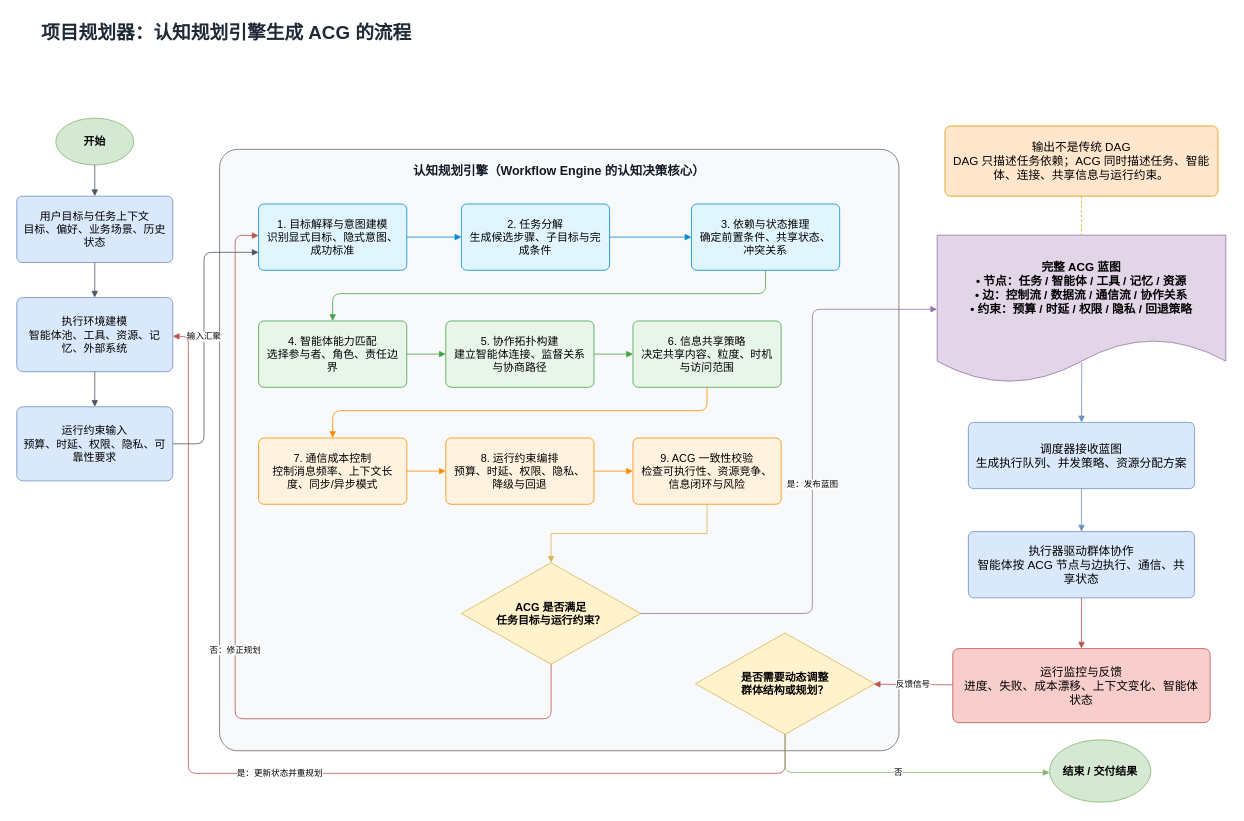
This is docs/02-架构设计/架构图/认知规划引擎_项目规划器流程图.drawio from zongxi-Li/zhiyi-AgentOS-2026, a draw.io file, before an edit. Source tidied: cells renumbered, new cells numbered last; positions are measured from the earlier drawing's top-left corner, leaving out a move shared by most shapes. Both pictures are drawn from the tidied source at 78%, with x=0, y=0 at pixel (16, 13).
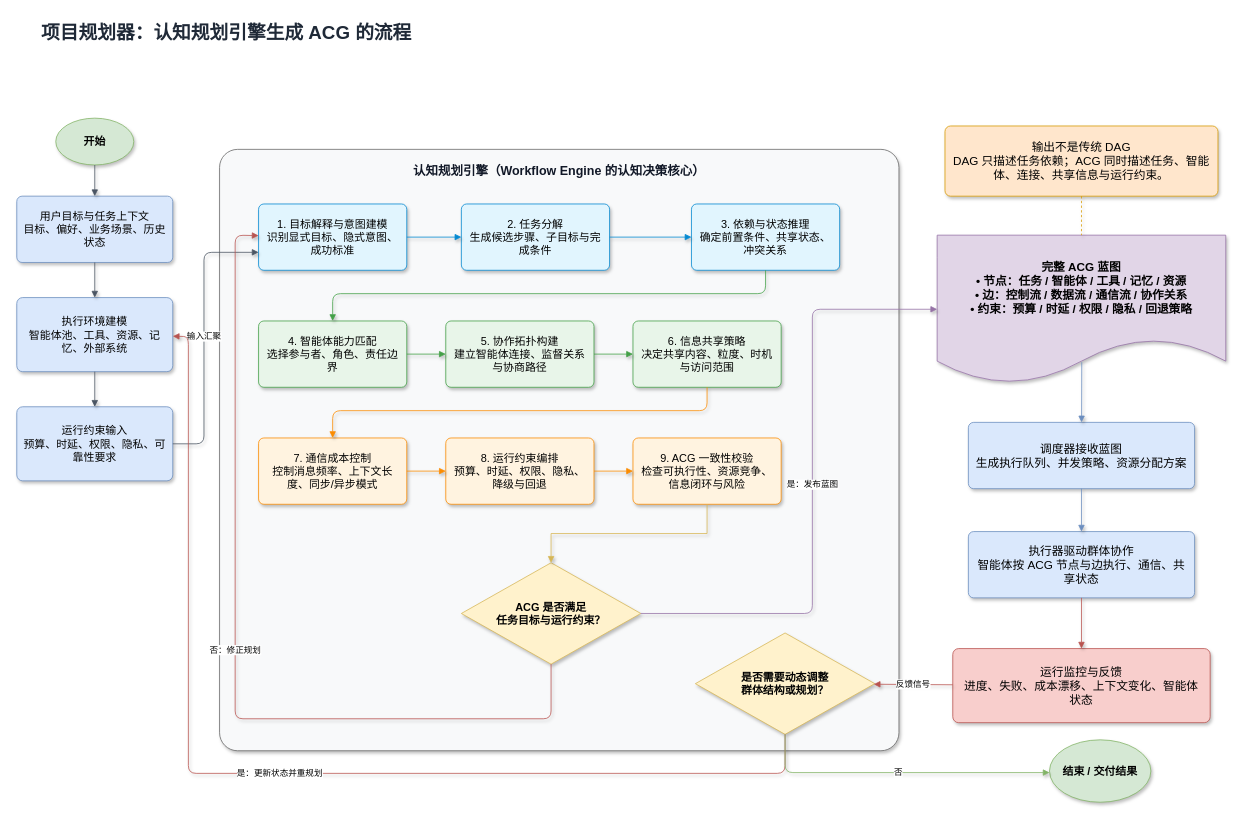
The same diagram, later.

Diff of the diagram source:
```diff
@@
-    <mxCell id="3" value="开始" style="ellipse;whiteSpace=wrap;html=1;fillColor=#d5e8d4;strokeColor=#82b366;fontSize=14;fontStyle=1;" parent="1" vertex="1">
+    <mxCell id="3" value="开始" style="ellipse;whiteSpace=wrap;html=1;fillColor=#d5e8d4;strokeColor=#82b366;fontSize=14;fontStyle=1;shadow=1;" parent="1" vertex="1">
       <mxGeometry x="50" y="134" width="100" height="60" as="geometry" />
     </mxCell>
-    <mxCell id="4" value="用户目标与任务上下文&lt;br&gt;&lt;font&gt;目标、偏好、业务场景、历史状态&lt;/font&gt;" style="rounded=1;whiteSpace=wrap;html=1;arcSize=8;fillColor=#dae8fc;strokeColor=#6c8ebf;fontSize=14;spacing=10;" parent="1" vertex="1">
+    <mxCell id="4" value="用户目标与任务上下文&lt;br&gt;&lt;font&gt;目标、偏好、业务场景、历史状态&lt;/font&gt;" style="rounded=1;whiteSpace=wrap;html=1;arcSize=8;fillColor=#dae8fc;strokeColor=#6c8ebf;fontSize=14;spacing=10;shadow=1;" parent="1" vertex="1">
       <mxGeometry y="234" width="200" height="85" as="geometry" />
     </mxCell>
-    <mxCell id="5" value="执行环境建模&lt;br&gt;&lt;font&gt;智能体池、工具、资源、记忆、外部系统&lt;/font&gt;" style="rounded=1;whiteSpace=wrap;html=1;arcSize=8;fillColor=#dae8fc;strokeColor=#6c8ebf;fontSize=14;spacing=10;" parent="1" vertex="1">
+    <mxCell id="5" value="执行环境建模&lt;br&gt;&lt;font&gt;智能体池、工具、资源、记忆、外部系统&lt;/font&gt;" style="rounded=1;whiteSpace=wrap;html=1;arcSize=8;fillColor=#dae8fc;strokeColor=#6c8ebf;fontSize=14;spacing=10;shadow=1;" parent="1" vertex="1">
       <mxGeometry y="364" width="200" height="95" as="geometry" />
     </mxCell>
-    <mxCell id="6" value="运行约束输入&lt;br&gt;&lt;font&gt;预算、时延、权限、隐私、可靠性要求&lt;/font&gt;" style="rounded=1;whiteSpace=wrap;html=1;arcSize=8;fillColor=#dae8fc;strokeColor=#6c8ebf;fontSize=14;spacing=10;" parent="1" vertex="1">
+    <mxCell id="6" value="运行约束输入&lt;br&gt;&lt;font&gt;预算、时延、权限、隐私、可靠性要求&lt;/font&gt;" style="rounded=1;whiteSpace=wrap;html=1;arcSize=8;fillColor=#dae8fc;strokeColor=#6c8ebf;fontSize=14;spacing=10;shadow=1;" parent="1" vertex="1">
       <mxGeometry y="504" width="200" height="95" as="geometry" />
     </mxCell>
-    <mxCell id="7" value="认知规划引擎（Workflow Engine 的认知决策核心）" style="rounded=1;whiteSpace=wrap;html=1;fillColor=#f8f9fa;strokeColor=#666666;arcSize=3;fontStyle=1;fontSize=16;fontColor=#111827;verticalAlign=top;spacingTop=12;" parent="1" vertex="1">
+    <mxCell id="7" value="认知规划引擎（Workflow Engine 的认知决策核心）" style="rounded=1;whiteSpace=wrap;html=1;fillColor=#f8f9fa;strokeColor=#666666;arcSize=3;fontStyle=1;fontSize=16;fontColor=#111827;verticalAlign=top;spacingTop=12;shadow=1;" parent="1" vertex="1">
       <mxGeometry x="260" y="174" width="871" height="771" as="geometry" />
     </mxCell>
-    <mxCell id="8" value="1. 目标解释与意图建模&lt;br&gt;&lt;font&gt;识别显式目标、隐式意图、成功标准&lt;/font&gt;" style="rounded=1;whiteSpace=wrap;html=1;arcSize=8;fillColor=#e1f5fe;strokeColor=#0288d1;fontSize=14;spacing=8;" parent="1" vertex="1">
+    <mxCell id="8" value="1. 目标解释与意图建模&lt;br&gt;&lt;font&gt;识别显式目标、隐式意图、成功标准&lt;/font&gt;" style="rounded=1;whiteSpace=wrap;html=1;arcSize=8;fillColor=#e1f5fe;strokeColor=#0288d1;fontSize=14;spacing=8;shadow=1;" parent="1" vertex="1">
       <mxGeometry x="310" y="244" width="190" height="85" as="geometry" />
     </mxCell>
-    <mxCell id="9" value="2. 任务分解&lt;br&gt;&lt;font&gt;生成候选步骤、子目标与完成条件&lt;/font&gt;" style="rounded=1;whiteSpace=wrap;html=1;arcSize=8;fillColor=#e1f5fe;strokeColor=#0288d1;fontSize=14;spacing=8;" parent="1" vertex="1">
+    <mxCell id="9" value="2. 任务分解&lt;br&gt;&lt;font&gt;生成候选步骤、子目标与完成条件&lt;/font&gt;" style="rounded=1;whiteSpace=wrap;html=1;arcSize=8;fillColor=#e1f5fe;strokeColor=#0288d1;fontSize=14;spacing=8;shadow=1;" parent="1" vertex="1">
       <mxGeometry x="570" y="244" width="190" height="85" as="geometry" />
     </mxCell>
-    <mxCell id="10" value="3. 依赖与状态推理&lt;br&gt;&lt;font&gt;确定前置条件、共享状态、冲突关系&lt;/font&gt;" style="rounded=1;whiteSpace=wrap;html=1;arcSize=8;fillColor=#e1f5fe;strokeColor=#0288d1;fontSize=14;spacing=8;" parent="1" vertex="1">
+    <mxCell id="10" value="3. 依赖与状态推理&lt;br&gt;&lt;font&gt;确定前置条件、共享状态、冲突关系&lt;/font&gt;" style="rounded=1;whiteSpace=wrap;html=1;arcSize=8;fillColor=#e1f5fe;strokeColor=#0288d1;fontSize=14;spacing=8;shadow=1;" parent="1" vertex="1">
       <mxGeometry x="865" y="244" width="190" height="85" as="geometry" />
     </mxCell>
-    <mxCell id="11" value="4. 智能体能力匹配&lt;br&gt;&lt;font&gt;选择参与者、角色、责任边界&lt;/font&gt;" style="rounded=1;whiteSpace=wrap;html=1;arcSize=8;fillColor=#e8f5e9;strokeColor=#43a047;fontSize=14;spacing=8;" parent="1" vertex="1">
+    <mxCell id="11" value="4. 智能体能力匹配&lt;br&gt;&lt;font&gt;选择参与者、角色、责任边界&lt;/font&gt;" style="rounded=1;whiteSpace=wrap;html=1;arcSize=8;fillColor=#e8f5e9;strokeColor=#43a047;fontSize=14;spacing=8;shadow=1;" parent="1" vertex="1">
       <mxGeometry x="310" y="394" width="190" height="85" as="geometry" />
     </mxCell>
-    <mxCell id="12" value="5. 协作拓扑构建&lt;br&gt;&lt;font&gt;建立智能体连接、监督关系与协商路径&lt;/font&gt;" style="rounded=1;whiteSpace=wrap;html=1;arcSize=8;fillColor=#e8f5e9;strokeColor=#43a047;fontSize=14;spacing=8;" parent="1" vertex="1">
+    <mxCell id="12" value="5. 协作拓扑构建&lt;br&gt;&lt;font&gt;建立智能体连接、监督关系与协商路径&lt;/font&gt;" style="rounded=1;whiteSpace=wrap;html=1;arcSize=8;fillColor=#e8f5e9;strokeColor=#43a047;fontSize=14;spacing=8;shadow=1;" parent="1" vertex="1">
       <mxGeometry x="550" y="394" width="190" height="85" as="geometry" />
     </mxCell>
-    <mxCell id="13" value="6. 信息共享策略&lt;br&gt;&lt;font&gt;决定共享内容、粒度、时机与访问范围&lt;/font&gt;" style="rounded=1;whiteSpace=wrap;html=1;arcSize=8;fillColor=#e8f5e9;strokeColor=#43a047;fontSize=14;spacing=8;" parent="1" vertex="1">
+    <mxCell id="13" value="6. 信息共享策略&lt;br&gt;&lt;font&gt;决定共享内容、粒度、时机与访问范围&lt;/font&gt;" style="rounded=1;whiteSpace=wrap;html=1;arcSize=8;fillColor=#e8f5e9;strokeColor=#43a047;fontSize=14;spacing=8;shadow=1;" parent="1" vertex="1">
       <mxGeometry x="790" y="394" width="190" height="85" as="geometry" />
     </mxCell>
-    <mxCell id="14" value="7. 通信成本控制&lt;br&gt;&lt;font&gt;控制消息频率、上下文长度、同步/异步模式&lt;/font&gt;" style="rounded=1;whiteSpace=wrap;html=1;arcSize=8;fillColor=#fff3e0;strokeColor=#fb8c00;fontSize=14;spacing=8;" parent="1" vertex="1">
+    <mxCell id="14" value="7. 通信成本控制&lt;br&gt;&lt;font&gt;控制消息频率、上下文长度、同步/异步模式&lt;/font&gt;" style="rounded=1;whiteSpace=wrap;html=1;arcSize=8;fillColor=#fff3e0;strokeColor=#fb8c00;fontSize=14;spacing=8;shadow=1;" parent="1" vertex="1">
       <mxGeometry x="310" y="544" width="190" height="85" as="geometry" />
     </mxCell>
-    <mxCell id="15" value="8. 运行约束编排&lt;br&gt;&lt;font&gt;预算、时延、权限、隐私、降级与回退&lt;/font&gt;" style="rounded=1;whiteSpace=wrap;html=1;arcSize=8;fillColor=#fff3e0;strokeColor=#fb8c00;fontSize=14;spacing=8;" parent="1" vertex="1">
+    <mxCell id="15" value="8. 运行约束编排&lt;br&gt;&lt;font&gt;预算、时延、权限、隐私、降级与回退&lt;/font&gt;" style="rounded=1;whiteSpace=wrap;html=1;arcSize=8;fillColor=#fff3e0;strokeColor=#fb8c00;fontSize=14;spacing=8;shadow=1;" parent="1" vertex="1">
       <mxGeometry x="550" y="544" width="190" height="85" as="geometry" />
     </mxCell>
-    <mxCell id="16" value="9. ACG 一致性校验&lt;br&gt;&lt;font&gt;检查可执行性、资源竞争、信息闭环与风险&lt;/font&gt;" style="rounded=1;whiteSpace=wrap;html=1;arcSize=8;fillColor=#fff3e0;strokeColor=#fb8c00;fontSize=14;spacing=8;" parent="1" vertex="1">
+    <mxCell id="16" value="9. ACG 一致性校验&lt;br&gt;&lt;font&gt;检查可执行性、资源竞争、信息闭环与风险&lt;/font&gt;" style="rounded=1;whiteSpace=wrap;html=1;arcSize=8;fillColor=#fff3e0;strokeColor=#fb8c00;fontSize=14;spacing=8;shadow=1;" parent="1" vertex="1">
       <mxGeometry x="790" y="544" width="190" height="85" as="geometry" />
     </mxCell>
-    <mxCell id="17" value="ACG 是否满足&lt;br&gt;任务目标与运行约束？" style="rhombus;whiteSpace=wrap;html=1;fillColor=#fff2cc;strokeColor=#d6b656;fontSize=14;fontStyle=1;spacing=8;" parent="1" vertex="1">
+    <mxCell id="17" value="ACG 是否满足&lt;br&gt;任务目标与运行约束？" style="rhombus;whiteSpace=wrap;html=1;fillColor=#fff2cc;strokeColor=#d6b656;fontSize=14;fontStyle=1;spacing=8;shadow=1;" parent="1" vertex="1">
       <mxGeometry x="570" y="704" width="230" height="130" as="geometry" />
     </mxCell>
-    <mxCell id="18" value="输出不是传统 DAG&lt;br&gt;&lt;font&gt;DAG 只描述任务依赖；ACG 同时描述任务、智能体、连接、共享信息与运行约束。&lt;/font&gt;" style="rounded=1;whiteSpace=wrap;html=1;arcSize=8;fillColor=#ffe6cc;strokeColor=#d79b00;fontSize=15;spacing=10;" parent="1" vertex="1">
+    <mxCell id="18" value="输出不是传统 DAG&lt;br&gt;&lt;font&gt;DAG 只描述任务依赖；ACG 同时描述任务、智能体、连接、共享信息与运行约束。&lt;/font&gt;" style="rounded=1;whiteSpace=wrap;html=1;arcSize=8;fillColor=#ffe6cc;strokeColor=#d79b00;fontSize=15;spacing=10;shadow=1;" parent="1" vertex="1">
       <mxGeometry x="1190" y="144" width="350" height="90" as="geometry" />
     </mxCell>
-    <mxCell id="19" value="完整 ACG 蓝图&lt;br&gt;&lt;font&gt;• 节点：任务 / 智能体 / 工具 / 记忆 / 资源&lt;br&gt;• 边：控制流 / 数据流 / 通信流 / 协作关系&lt;br&gt;• 约束：预算 / 时延 / 权限 / 隐私 / 回退策略&lt;/font&gt;" style="shape=document;whiteSpace=wrap;html=1;boundedLbl=1;fillColor=#e1d5e7;strokeColor=#9673a6;fontSize=15;fontStyle=1;spacing=10;" parent="1" vertex="1">
+    <mxCell id="19" value="完整 ACG 蓝图&lt;br&gt;&lt;font&gt;• 节点：任务 / 智能体 / 工具 / 记忆 / 资源&lt;br&gt;• 边：控制流 / 数据流 / 通信流 / 协作关系&lt;br&gt;• 约束：预算 / 时延 / 权限 / 隐私 / 回退策略&lt;/font&gt;" style="shape=document;whiteSpace=wrap;html=1;boundedLbl=1;fillColor=#e1d5e7;strokeColor=#9673a6;fontSize=15;fontStyle=1;spacing=10;shadow=1;" parent="1" vertex="1">
       <mxGeometry x="1180" y="284" width="370" height="190" as="geometry" />
     </mxCell>
-    <mxCell id="20" value="调度器接收蓝图&lt;br&gt;&lt;font&gt;生成执行队列、并发策略、资源分配方案&lt;/font&gt;" style="rounded=1;whiteSpace=wrap;html=1;arcSize=8;fillColor=#dae8fc;strokeColor=#6c8ebf;fontSize=15;spacing=10;" parent="1" vertex="1">
+    <mxCell id="20" value="调度器接收蓝图&lt;br&gt;&lt;font&gt;生成执行队列、并发策略、资源分配方案&lt;/font&gt;" style="rounded=1;whiteSpace=wrap;html=1;arcSize=8;fillColor=#dae8fc;strokeColor=#6c8ebf;fontSize=15;spacing=10;shadow=1;" parent="1" vertex="1">
       <mxGeometry x="1220" y="524" width="290" height="85" as="geometry" />
     </mxCell>
-    <mxCell id="21" value="执行器驱动群体协作&lt;br&gt;&lt;font&gt;智能体按 ACG 节点与边执行、通信、共享状态&lt;/font&gt;" style="rounded=1;whiteSpace=wrap;html=1;arcSize=8;fillColor=#dae8fc;strokeColor=#6c8ebf;fontSize=15;spacing=10;" parent="1" vertex="1">
+    <mxCell id="21" value="执行器驱动群体协作&lt;br&gt;&lt;font&gt;智能体按 ACG 节点与边执行、通信、共享状态&lt;/font&gt;" style="rounded=1;whiteSpace=wrap;html=1;arcSize=8;fillColor=#dae8fc;strokeColor=#6c8ebf;fontSize=15;spacing=10;shadow=1;" parent="1" vertex="1">
       <mxGeometry x="1220" y="664" width="290" height="85" as="geometry" />
     </mxCell>
-    <mxCell id="22" value="运行监控与反馈&lt;br&gt;&lt;font&gt;进度、失败、成本漂移、上下文变化、智能体状态&lt;/font&gt;" style="rounded=1;whiteSpace=wrap;html=1;arcSize=8;fillColor=#f8cecc;strokeColor=#b85450;fontSize=15;spacing=10;" parent="1" vertex="1">
+    <mxCell id="22" value="运行监控与反馈&lt;br&gt;&lt;font&gt;进度、失败、成本漂移、上下文变化、智能体状态&lt;/font&gt;" style="rounded=1;whiteSpace=wrap;html=1;arcSize=8;fillColor=#f8cecc;strokeColor=#b85450;fontSize=15;spacing=10;shadow=1;" parent="1" vertex="1">
       <mxGeometry x="1200" y="814" width="330" height="95" as="geometry" />
     </mxCell>
-    <mxCell id="23" value="是否需要动态调整&lt;br&gt;群体结构或规划？" style="rhombus;whiteSpace=wrap;html=1;fillColor=#fff2cc;strokeColor=#d6b656;fontSize=14;fontStyle=1;spacing=8;" parent="1" vertex="1">
+    <mxCell id="23" value="是否需要动态调整&lt;br&gt;群体结构或规划？" style="rhombus;whiteSpace=wrap;html=1;fillColor=#fff2cc;strokeColor=#d6b656;fontSize=14;fontStyle=1;spacing=8;shadow=1;" parent="1" vertex="1">
       <mxGeometry x="870" y="794" width="230" height="130" as="geometry" />
     </mxCell>
-    <mxCell id="24" value="结束 / 交付结果" style="ellipse;whiteSpace=wrap;html=1;fillColor=#d5e8d4;strokeColor=#82b366;fontSize=14;fontStyle=1;" parent="1" vertex="1">
+    <mxCell id="24" value="结束 / 交付结果" style="ellipse;whiteSpace=wrap;html=1;fillColor=#d5e8d4;strokeColor=#82b366;fontSize=14;fontStyle=1;shadow=1;" parent="1" vertex="1">
       <mxGeometry x="1324" y="931" width="130" height="80" as="geometry" />
     </mxCell>
-    <mxCell id="25" style="endArrow=block;html=1;rounded=0;strokeColor=#4b5563;" parent="1" edge="1" source="3" target="4">
+    <mxCell id="25" style="endArrow=block;html=1;rounded=0;strokeColor=#4b5563;shadow=1;" parent="1" edge="1" source="3" target="4">
       <mxGeometry relative="1" as="geometry" />
     </mxCell>
-    <mxCell id="26" style="endArrow=block;html=1;rounded=0;strokeColor=#4b5563;" parent="1" edge="1" source="4" target="5">
+    <mxCell id="26" style="endArrow=block;html=1;rounded=0;strokeColor=#4b5563;shadow=1;" parent="1" edge="1" source="4" target="5">
       <mxGeometry relative="1" as="geometry" />
     </mxCell>
-    <mxCell id="27" style="endArrow=block;html=1;rounded=0;strokeColor=#4b5563;" parent="1" edge="1" source="5" target="6">
+    <mxCell id="27" style="endArrow=block;html=1;rounded=0;strokeColor=#4b5563;shadow=1;" parent="1" edge="1" source="5" target="6">
       <mxGeometry relative="1" as="geometry" />
     </mxCell>
-    <mxCell id="28" value="输入汇聚" style="endArrow=block;html=1;rounded=1;strokeColor=#4b5563;fontSize=11;edgeStyle=orthogonalEdgeStyle;" parent="1" edge="1" source="6" target="8">
+    <mxCell id="28" value="输入汇聚" style="endArrow=block;html=1;rounded=1;strokeColor=#4b5563;fontSize=11;edgeStyle=orthogonalEdgeStyle;shadow=1;" parent="1" edge="1" source="6" target="8">
       <mxGeometry relative="1" as="geometry">
         <Array as="points">
           <mxPoint x="240" y="552" />
           <mxPoint x="240" y="306" />
         </Array>
       </mxGeometry>
     </mxCell>
-    <mxCell id="29" style="endArrow=block;html=1;rounded=0;strokeColor=#0288d1;" parent="1" edge="1" source="8" target="9">
+    <mxCell id="29" style="endArrow=block;html=1;rounded=0;strokeColor=#0288d1;shadow=1;" parent="1" edge="1" source="8" target="9">
       <mxGeometry relative="1" as="geometry" />
     </mxCell>
-    <mxCell id="30" style="endArrow=block;html=1;rounded=0;strokeColor=#0288d1;" parent="1" edge="1" source="9" target="10">
+    <mxCell id="30" style="endArrow=block;html=1;rounded=0;strokeColor=#0288d1;shadow=1;" parent="1" edge="1" source="9" target="10">
       <mxGeometry relative="1" as="geometry" />
     </mxCell>
-    <mxCell id="31" style="endArrow=block;html=1;rounded=1;strokeColor=#43a047;edgeStyle=orthogonalEdgeStyle;" parent="1" edge="1" source="10" target="11">
+    <mxCell id="31" style="endArrow=block;html=1;rounded=1;strokeColor=#43a047;edgeStyle=orthogonalEdgeStyle;shadow=1;" parent="1" edge="1" source="10" target="11">
       <mxGeometry relative="1" as="geometry">
         <Array as="points">
           <mxPoint x="960" y="359" />
           <mxPoint x="405" y="359" />
         </Array>
       </mxGeometry>
     </mxCell>
-    <mxCell id="32" style="endArrow=block;html=1;rounded=0;strokeColor=#43a047;" parent="1" edge="1" source="11" target="12">
+    <mxCell id="32" style="endArrow=block;html=1;rounded=0;strokeColor=#43a047;shadow=1;" parent="1" edge="1" source="11" target="12">
       <mxGeometry relative="1" as="geometry" />
     </mxCell>
-    <mxCell id="33" style="endArrow=block;html=1;rounded=0;strokeColor=#43a047;" parent="1" edge="1" source="12" target="13">
+    <mxCell id="33" style="endArrow=block;html=1;rounded=0;strokeColor=#43a047;shadow=1;" parent="1" edge="1" source="12" target="13">
       <mxGeometry relative="1" as="geometry" />
     </mxCell>
-    <mxCell id="34" style="endArrow=block;html=1;rounded=1;strokeColor=#fb8c00;" parent="1" edge="1" source="13" target="14">
+    <mxCell id="34" style="endArrow=block;html=1;rounded=1;strokeColor=#fb8c00;shadow=1;" parent="1" edge="1" source="13" target="14">
       <mxGeometry relative="1" as="geometry">
         <Array as="points">
           <mxPoint x="885" y="509" />
           <mxPoint x="405" y="509" />
         </Array>
       </mxGeometry>
     </mxCell>
-    <mxCell id="35" style="endArrow=block;html=1;rounded=0;strokeColor=#fb8c00;" parent="1" edge="1" source="14" target="15">
+    <mxCell id="35" style="endArrow=block;html=1;rounded=0;strokeColor=#fb8c00;shadow=1;" parent="1" edge="1" source="14" target="15">
       <mxGeometry relative="1" as="geometry" />
     </mxCell>
-    <mxCell id="36" style="endArrow=block;html=1;rounded=0;strokeColor=#fb8c00;" parent="1" edge="1" source="15" target="16">
+    <mxCell id="36" style="endArrow=block;html=1;rounded=0;strokeColor=#fb8c00;shadow=1;" parent="1" edge="1" source="15" target="16">
       <mxGeometry relative="1" as="geometry" />
     </mxCell>
-    <mxCell id="37" style="endArrow=block;html=1;rounded=0;strokeColor=#d6b656;edgeStyle=orthogonalEdgeStyle;jumpSize=6;" parent="1" edge="1" source="16" target="17">
+    <mxCell id="37" style="endArrow=block;html=1;rounded=0;strokeColor=#d6b656;edgeStyle=orthogonalEdgeStyle;jumpSize=6;shadow=1;" parent="1" edge="1" source="16" target="17">
       <mxGeometry relative="1" as="geometry" />
     </mxCell>
-    <mxCell id="38" value="否：修正规划" style="endArrow=block;html=1;rounded=1;strokeColor=#b85450;fontSize=11;" parent="1" edge="1" source="17" target="8">
+    <mxCell id="38" value="否：修正规划" style="endArrow=block;html=1;rounded=1;strokeColor=#b85450;fontSize=11;shadow=1;" parent="1" edge="1" source="17" target="8">
       <mxGeometry relative="1" as="geometry">
         <Array as="points">
           <mxPoint x="685" y="904" />
           <mxPoint x="280" y="904" />
           <mxPoint x="280" y="284" />
         </Array>
       </mxGeometry>
     </mxCell>
-    <mxCell id="39" value="是：发布蓝图" style="endArrow=block;html=1;rounded=1;strokeColor=#9673a6;fontSize=11;" parent="1" edge="1" source="17" target="19">
+    <mxCell id="39" value="是：发布蓝图" style="endArrow=block;html=1;rounded=1;strokeColor=#9673a6;fontSize=11;shadow=1;" parent="1" edge="1" source="17" target="19">
       <mxGeometry relative="1" as="geometry">
         <Array as="points">
           <mxPoint x="1020" y="769" />
           <mxPoint x="1020" y="379" />
         </Array>
       </mxGeometry>
     </mxCell>
-    <mxCell id="40" style="endArrow=none;html=1;rounded=0;dashed=1;strokeColor=#d79b00;fontSize=15;" parent="1" edge="1" source="18" target="19">
+    <mxCell id="40" style="endArrow=none;html=1;rounded=0;dashed=1;strokeColor=#d79b00;fontSize=15;shadow=1;" parent="1" edge="1" source="18" target="19">
       <mxGeometry relative="1" as="geometry" />
     </mxCell>
-    <mxCell id="41" style="endArrow=block;html=1;rounded=0;strokeColor=#6c8ebf;exitX=0.501;exitY=0.857;exitDx=0;exitDy=0;exitPerimeter=0;fontSize=15;" parent="1" edge="1" source="19" target="20">
+    <mxCell id="41" style="endArrow=block;html=1;rounded=0;strokeColor=#6c8ebf;exitX=0.501;exitY=0.857;exitDx=0;exitDy=0;exitPerimeter=0;fontSize=15;shadow=1;" parent="1" edge="1" source="19" target="20">
       <mxGeometry relative="1" as="geometry" />
     </mxCell>
-    <mxCell id="42" style="endArrow=block;html=1;rounded=0;strokeColor=#6c8ebf;fontSize=15;" parent="1" edge="1" source="20" target="21">
+    <mxCell id="42" style="endArrow=block;html=1;rounded=0;strokeColor=#6c8ebf;fontSize=15;shadow=1;" parent="1" edge="1" source="20" target="21">
       <mxGeometry relative="1" as="geometry" />
     </mxCell>
-    <mxCell id="43" style="endArrow=block;html=1;rounded=0;strokeColor=#b85450;fontSize=15;" parent="1" edge="1" source="21" target="22">
+    <mxCell id="43" style="endArrow=block;html=1;rounded=0;strokeColor=#b85450;fontSize=15;shadow=1;" parent="1" edge="1" source="21" target="22">
       <mxGeometry relative="1" as="geometry" />
     </mxCell>
-    <mxCell id="44" value="反馈信号" style="endArrow=block;html=1;rounded=0;strokeColor=#b85450;fontSize=11;" parent="1" edge="1" source="22" target="23">
+    <mxCell id="44" value="反馈信号" style="endArrow=block;html=1;rounded=0;strokeColor=#b85450;fontSize=11;shadow=1;" parent="1" edge="1" source="22" target="23">
       <mxGeometry relative="1" as="geometry" />
     </mxCell>
-    <mxCell id="45" value="是：更新状态并重规划" style="endArrow=block;html=1;rounded=1;strokeColor=#b85450;fontSize=11;" parent="1" edge="1" source="23" target="5">
+    <mxCell id="45" value="是：更新状态并重规划" style="endArrow=block;html=1;rounded=1;strokeColor=#b85450;fontSize=11;shadow=1;" parent="1" edge="1" source="23" target="5">
       <mxGeometry relative="1" as="geometry">
         <Array as="points">
           <mxPoint x="985" y="974" />
           <mxPoint x="220" y="974" />
           <mxPoint x="220" y="414" />
         </Array>
       </mxGeometry>
     </mxCell>
-    <mxCell id="46" value="否" style="endArrow=block;html=1;rounded=1;strokeColor=#82b366;fontSize=11;edgeStyle=orthogonalEdgeStyle;" parent="1" edge="1" source="23" target="24">
+    <mxCell id="46" value="否" style="endArrow=block;html=1;rounded=1;strokeColor=#82b366;fontSize=11;edgeStyle=orthogonalEdgeStyle;shadow=1;" parent="1" edge="1" source="23" target="24">
       <mxGeometry relative="1" as="geometry">
         <Array as="points">
           <mxPoint x="985" y="973" />
         </Array>
       </mxGeometry>
     </mxCell>
```
